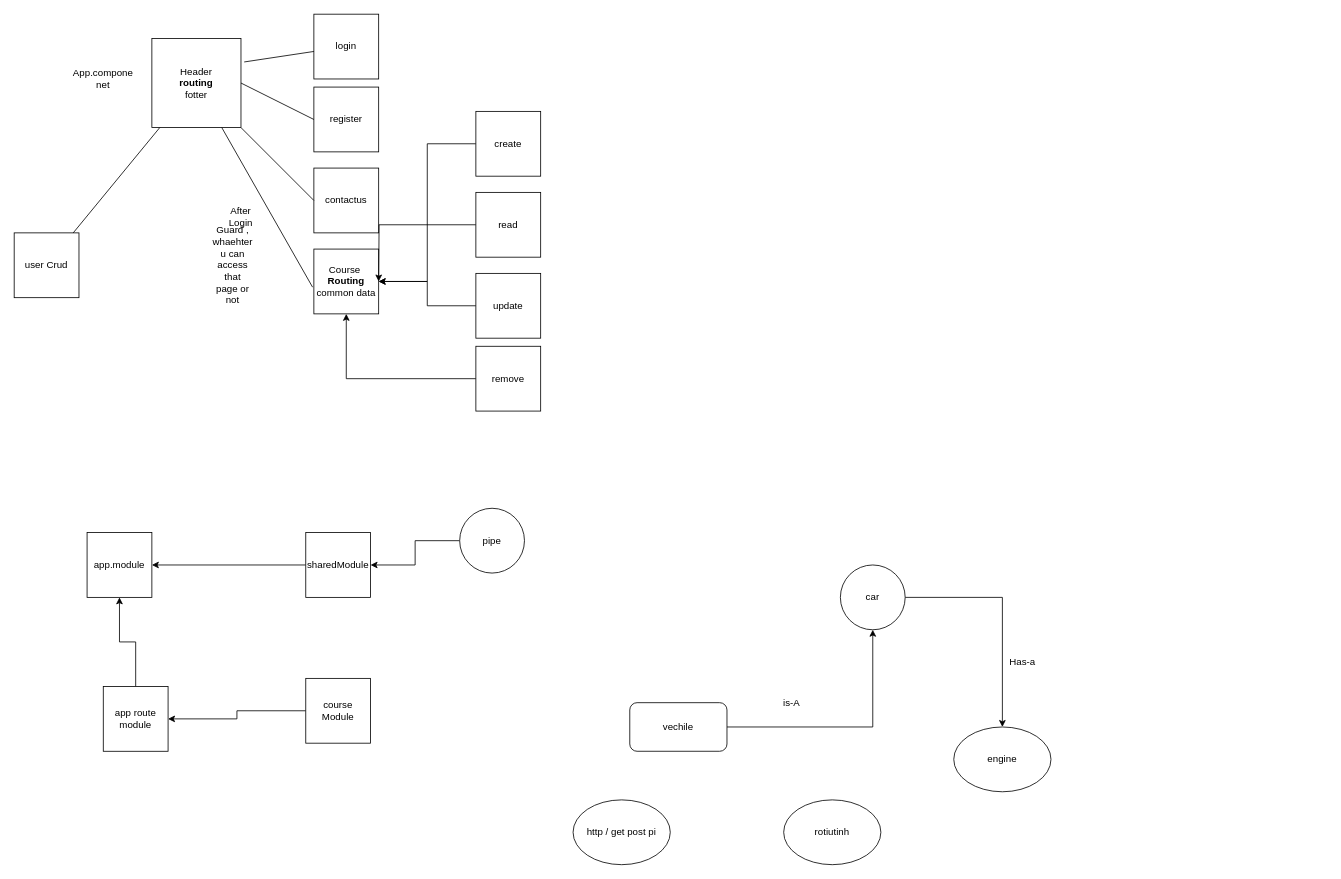
The draw.io diagram course.drawio in lblower/angular-basics, before the edit. Source tidied: cells renumbered, new cells numbered last; positions are measured from the earlier drawing's top-left corner, leaving out a move shared by most shapes. Both pictures are drawn from the tidied source at 81%, with x=0, y=0 at pixel (14, 14).
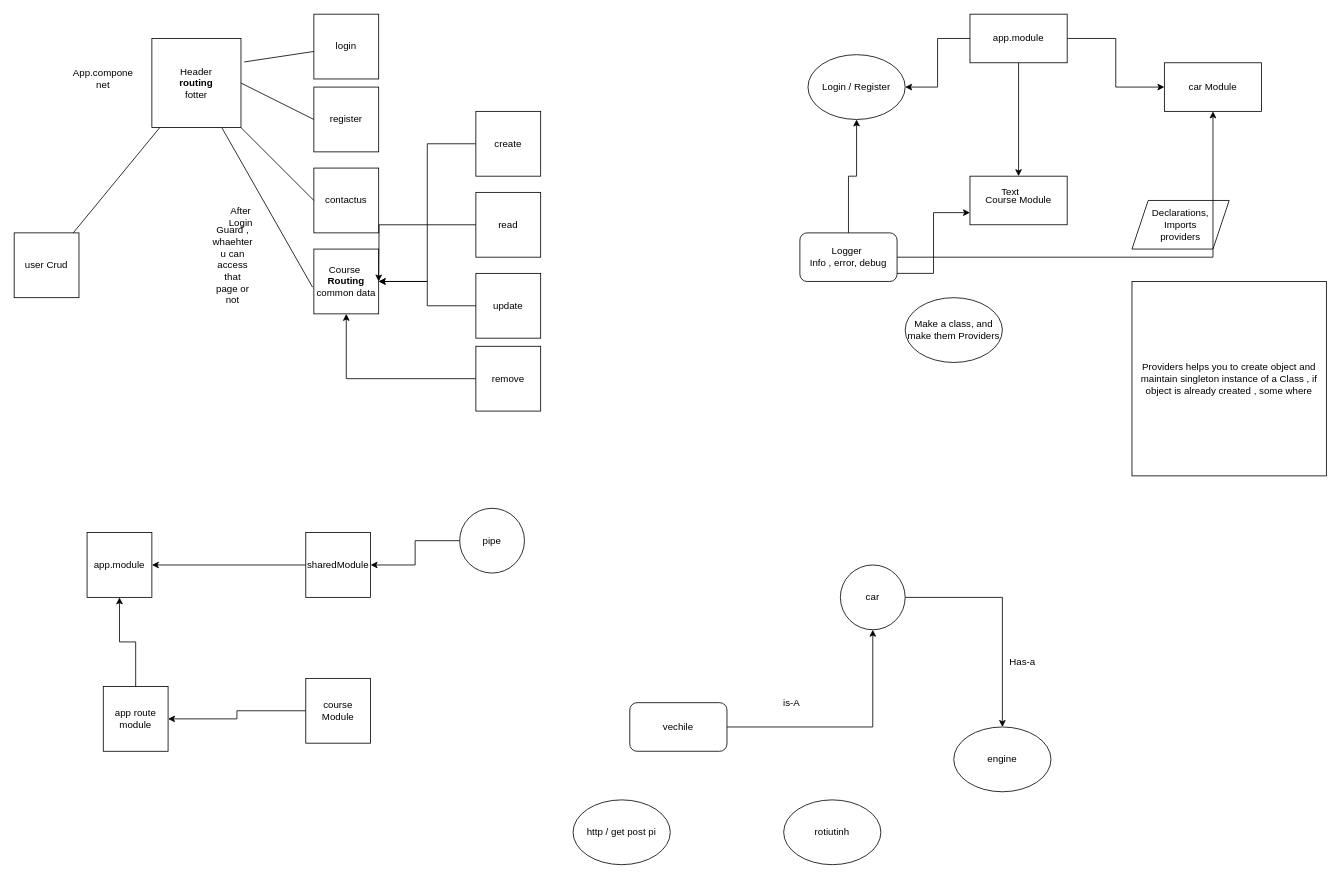
The same diagram, later.

The edit, as a diff of the source:
```diff
@@
+    <mxCell id="42" style="edgeStyle=orthogonalEdgeStyle;rounded=0;jettySize=auto;html=1;" parent="1" edge="1" source="45" target="46">
+      <mxGeometry relative="1" as="geometry" />
+    </mxCell>
+    <mxCell id="43" style="edgeStyle=orthogonalEdgeStyle;rounded=0;jettySize=auto;html=1;" parent="1" edge="1" source="45" target="47">
+      <mxGeometry relative="1" as="geometry" />
+    </mxCell>
+    <mxCell id="44" style="edgeStyle=orthogonalEdgeStyle;rounded=0;jettySize=auto;html=1;" parent="1" edge="1" source="45" target="48">
+      <mxGeometry relative="1" as="geometry" />
+    </mxCell>
+    <mxCell id="45" value="app.module" style="rounded=0;whiteSpace=wrap;html=1;" parent="1" vertex="1">
+      <mxGeometry x="1180" width="120" height="60" as="geometry" />
+    </mxCell>
+    <mxCell id="46" value="car Module" style="rounded=0;whiteSpace=wrap;html=1;" parent="1" vertex="1">
+      <mxGeometry x="1420" y="60" width="120" height="60" as="geometry" />
+    </mxCell>
+    <mxCell id="47" value="Course Module" style="rounded=0;whiteSpace=wrap;html=1;" parent="1" vertex="1">
+      <mxGeometry x="1180" y="200" width="120" height="60" as="geometry" />
+    </mxCell>
+    <mxCell id="48" value="Login / Register" style="ellipse;whiteSpace=wrap;html=1;" parent="1" vertex="1">
+      <mxGeometry x="980" y="50" width="120" height="80" as="geometry" />
+    </mxCell>
+    <mxCell id="49" value="Declarations,&lt;br&gt;Imports&lt;br&gt;providers" style="shape=parallelogram;perimeter=parallelogramPerimeter;whiteSpace=wrap;html=1;fixedSize=1;" parent="1" vertex="1">
+      <mxGeometry x="1380" y="230" width="120" height="60" as="geometry" />
+    </mxCell>
+    <mxCell id="50" style="edgeStyle=orthogonalEdgeStyle;rounded=0;jettySize=auto;html=1;" parent="1" edge="1" source="53" target="48">
+      <mxGeometry relative="1" as="geometry" />
+    </mxCell>
+    <mxCell id="51" style="edgeStyle=orthogonalEdgeStyle;rounded=0;jettySize=auto;html=1;entryX=0;entryY=0.75;entryDx=0;entryDy=0;" parent="1" edge="1" source="53" target="47">
+      <mxGeometry relative="1" as="geometry">
+        <Array as="points">
+          <mxPoint x="1135" y="320" />
+          <mxPoint x="1135" y="245" />
+        </Array>
+      </mxGeometry>
+    </mxCell>
+    <mxCell id="52" style="edgeStyle=orthogonalEdgeStyle;rounded=0;jettySize=auto;html=1;" parent="1" edge="1" source="53" target="46">
+      <mxGeometry relative="1" as="geometry" />
+    </mxCell>
+    <mxCell id="53" value="Logger&amp;nbsp;&lt;br&gt;Info , error, debug" style="rounded=1;whiteSpace=wrap;html=1;" parent="1" vertex="1">
+      <mxGeometry x="970" y="270" width="120" height="60" as="geometry" />
+    </mxCell>
+    <mxCell id="54" value="Make a class, and make them Providers" style="ellipse;whiteSpace=wrap;html=1;" parent="1" vertex="1">
+      <mxGeometry x="1100" y="350" width="120" height="80" as="geometry" />
+    </mxCell>
+    <mxCell id="55" value="Text" style="text;html=1;strokeColor=none;fillColor=none;align=center;verticalAlign=middle;whiteSpace=wrap;rounded=0;" parent="1" vertex="1">
+      <mxGeometry x="1210" y="210" width="40" height="20" as="geometry" />
+    </mxCell>
+    <mxCell id="56" value="Providers helps you to create object and maintain singleton instance of a Class , if object is already created , some where" style="whiteSpace=wrap;html=1;" parent="1" vertex="1">
+      <mxGeometry x="1380" y="330" width="240" height="240" as="geometry" />
+    </mxCell>
```
